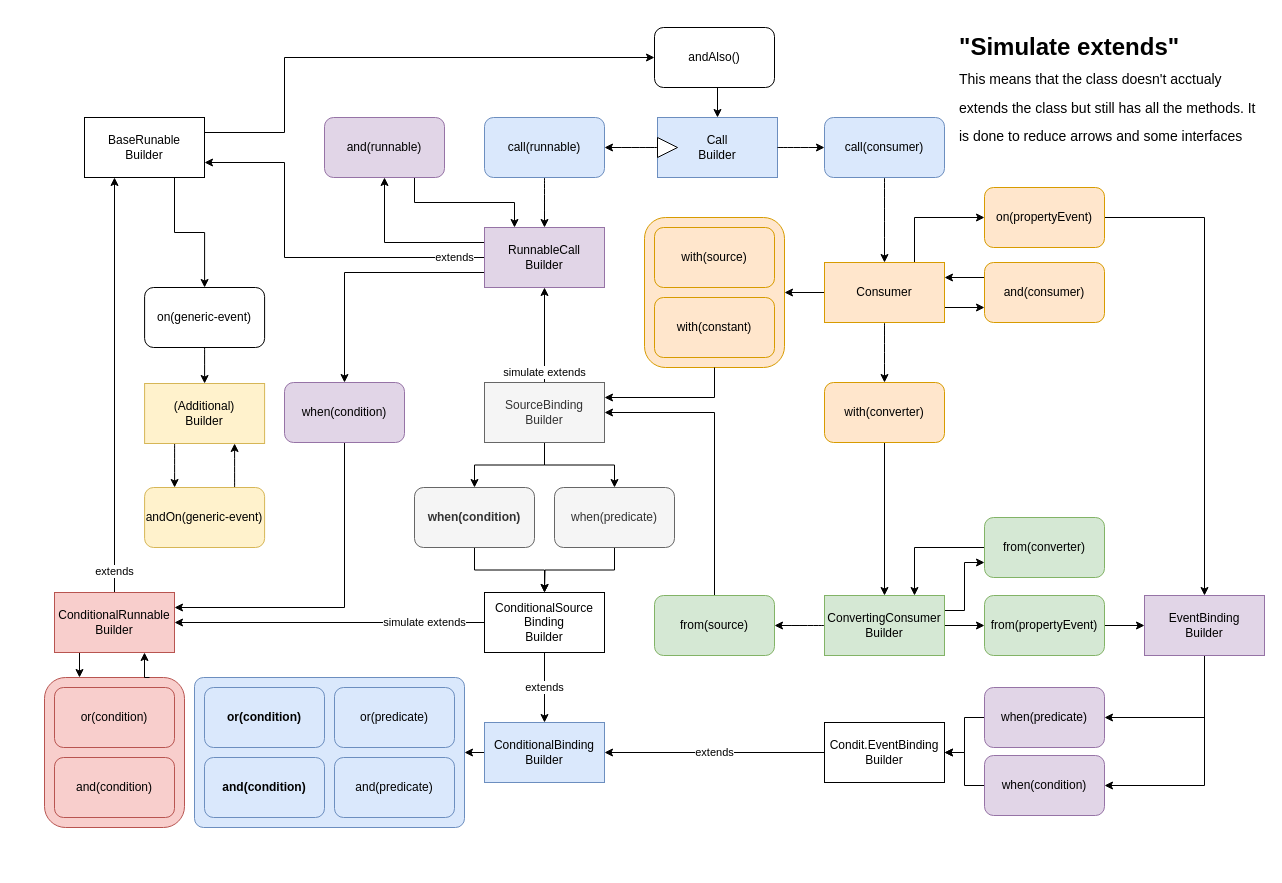
The draw.io diagram docs/binding_dsl.drawio in nbrugger-tgm/reactj, before the edit. Source tidied: cells renumbered, new cells numbered last; positions are measured from the earlier drawing's top-left corner, leaving out a move shared by most shapes. Both pictures are drawn from the tidied source at 100%, with x=0, y=0 at pixel (44, 27).
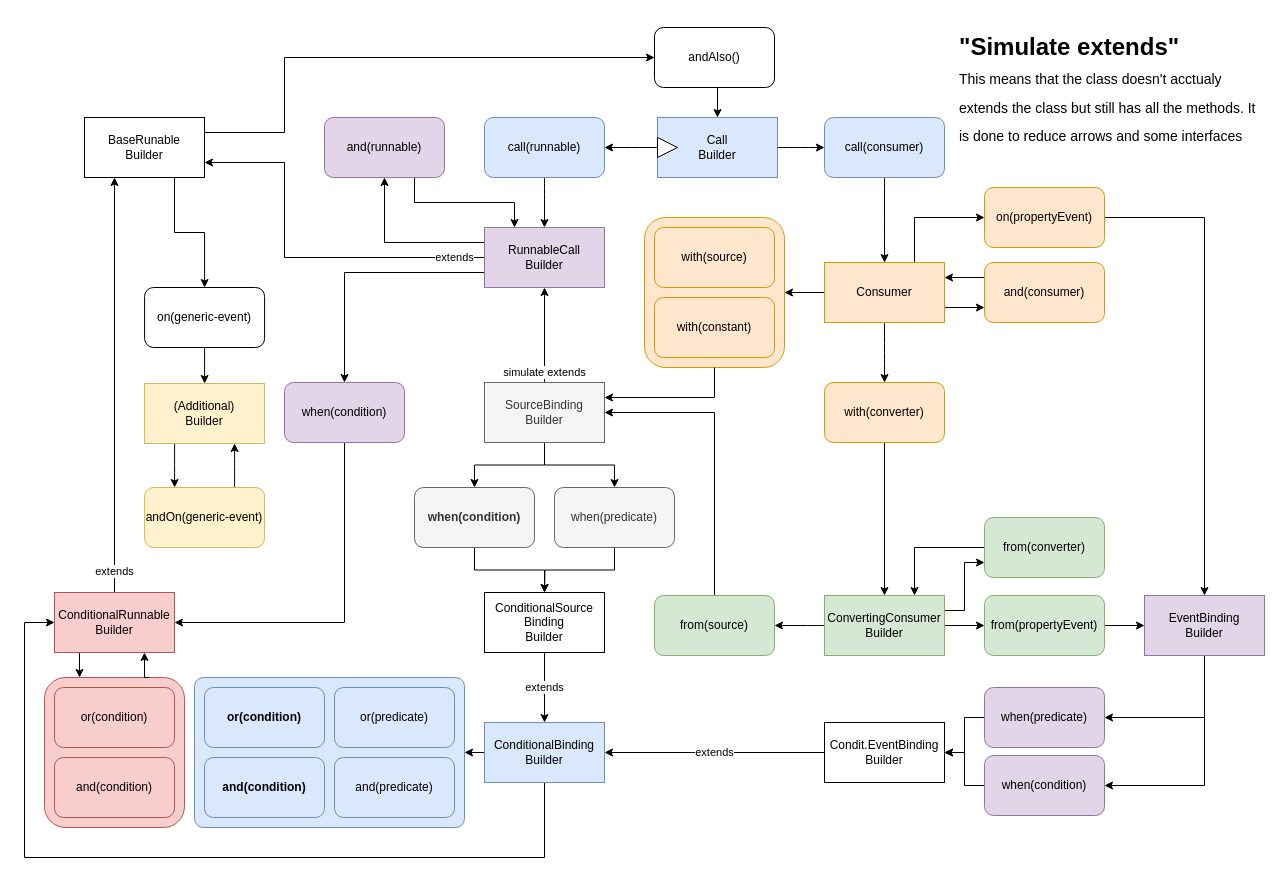
Above is the later version.

The change refers to these unchanged cells:
```xml
<mxCell id="6" value="when(condition)" style="rounded=1;whiteSpace=wrap;html=1;fillColor=#e1d5e7;strokeColor=#9673a6;" parent="1" vertex="1">
  <mxGeometry x="240" y="355" width="120" height="60" as="geometry" />
</mxCell>
<mxCell id="60" value="ConditionalSource&lt;br&gt;Binding&lt;br&gt;Builder" style="rounded=0;whiteSpace=wrap;html=1;" parent="1" vertex="1">
  <mxGeometry x="440" y="565" width="120" height="60" as="geometry" />
</mxCell>
<mxCell id="65" value="ConditionalRunnable&lt;br&gt;Builder" style="rounded=0;whiteSpace=wrap;html=1;fillColor=#f8cecc;strokeColor=#b85450;" parent="1" vertex="1">
  <mxGeometry x="10" y="565" width="120" height="60" as="geometry" />
</mxCell>
<mxCell id="82" value="ConditionalBinding&lt;br&gt;Builder" style="rounded=0;whiteSpace=wrap;html=1;fillColor=#dae8fc;strokeColor=#6c8ebf;" parent="1" vertex="1">
  <mxGeometry x="440" y="695" width="120" height="60" as="geometry" />
</mxCell>
```

The edit, as a diff of the source:
```diff
@@
-    <mxCell id="5" style="edgeStyle=orthogonalEdgeStyle;rounded=0;jettySize=auto;html=1;exitX=0.5;exitY=1;exitDx=0;exitDy=0;entryX=1;entryY=0.25;entryDx=0;entryDy=0;" parent="1" edge="1" source="6" target="65">
+    <mxCell id="5" style="edgeStyle=orthogonalEdgeStyle;rounded=0;jettySize=auto;html=1;exitX=0.5;exitY=1;exitDx=0;exitDy=0;entryX=1;entryY=0.5;entryDx=0;entryDy=0;" parent="1" edge="1" source="6" target="65">
       <mxGeometry relative="1" as="geometry">
         <Array as="points">
-          <mxPoint x="300" y="580" />
+          <mxPoint x="300" y="595" />
         </Array>
       </mxGeometry>
     </mxCell>
@@
-    <mxCell id="58" value="simulate extends" style="edgeStyle=orthogonalEdgeStyle;rounded=0;jettySize=auto;html=1;exitX=0;exitY=0.5;exitDx=0;exitDy=0;entryX=1;entryY=0.5;entryDx=0;entryDy=0;" parent="1" edge="1" source="60" target="65">
-      <mxGeometry x="-0.61" relative="1" as="geometry" />
-    </mxCell>
@@
-    <mxCell id="63" value="BaseRunable&lt;br&gt;Builder" style="rounded=0;whiteSpace=wrap;html=1;fillColor=default;" parent="1" vertex="1">
+    <mxCell id="63" value="BaseRunable&lt;br&gt;Builder" style="rounded=0;whiteSpace=wrap;html=1;" parent="1" vertex="1">
       <mxGeometry x="40" y="90" width="120" height="60" as="geometry" />
     </mxCell>
@@
+    <mxCell id="92" style="edgeStyle=orthogonalEdgeStyle;rounded=0;jettySize=auto;html=1;exitX=0.5;exitY=1;exitDx=0;exitDy=0;entryX=0;entryY=0.5;entryDx=0;entryDy=0;" parent="1" edge="1" source="82" target="65">
+      <mxGeometry relative="1" as="geometry">
+        <Array as="points">
+          <mxPoint x="500" y="830" />
+          <mxPoint x="-20" y="830" />
+          <mxPoint x="-20" y="595" />
+        </Array>
+      </mxGeometry>
+    </mxCell>
```
